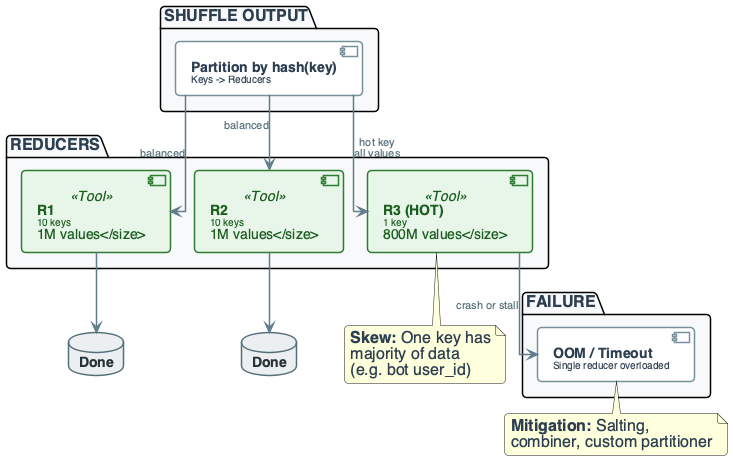
Above: diagrams/week06/week6_lecture_slide29_failure_skew.png in OrPerets/data-engineering-course (PlantUML), before the change.
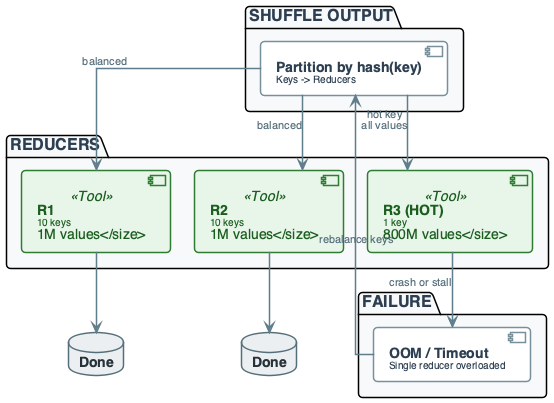
After the change.

Diff of the diagram source:
```diff
@@ -142,16 +142,6 @@
 R1 --> D1
 R2 --> D2
 R3 --> FAIL : "crash or stall"
-
-note bottom of R3
-  **Skew:** One key has
-  majority of data
-  (e.g. bot user_id)
-end note
-
-note bottom of FAIL
-  **Mitigation:** Salting,
-  combiner, custom partitioner
-end note
+FAIL --> PART : "rebalance keys"
 
 @enduml
```
